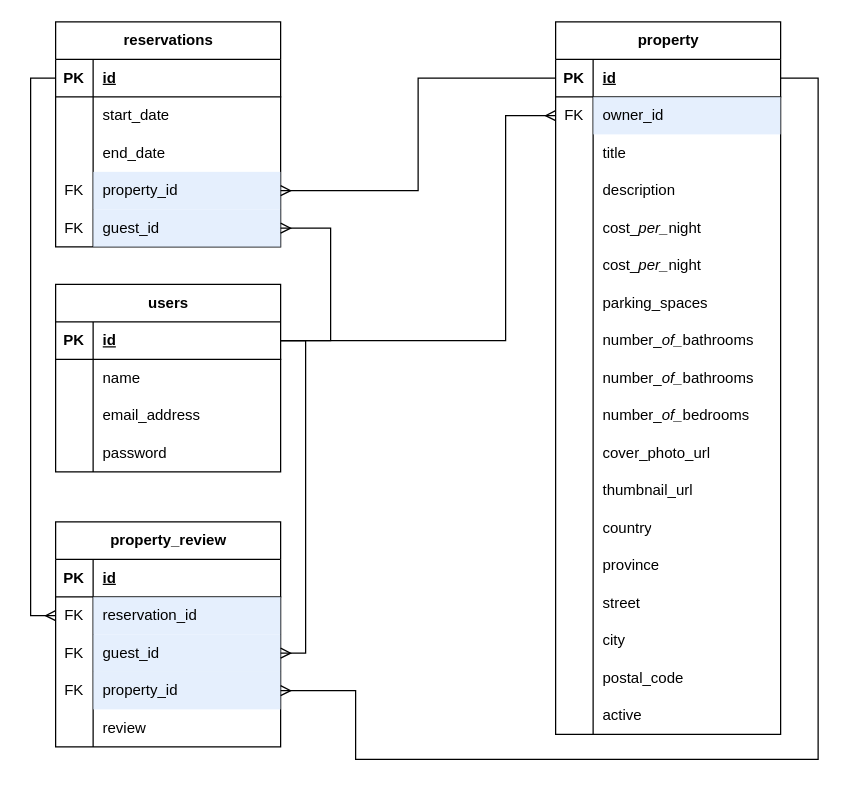
Before: LighthouseBNBERD.drawio in williamkemeny/LighthouseBnB, a draw.io diagram. Source tidied: cells renumbered, new cells numbered last; positions are measured from the earlier drawing's top-left corner, leaving out a move shared by most shapes. Both pictures are drawn from the tidied source at 125%, with x=0, y=0 at pixel (55, 21).
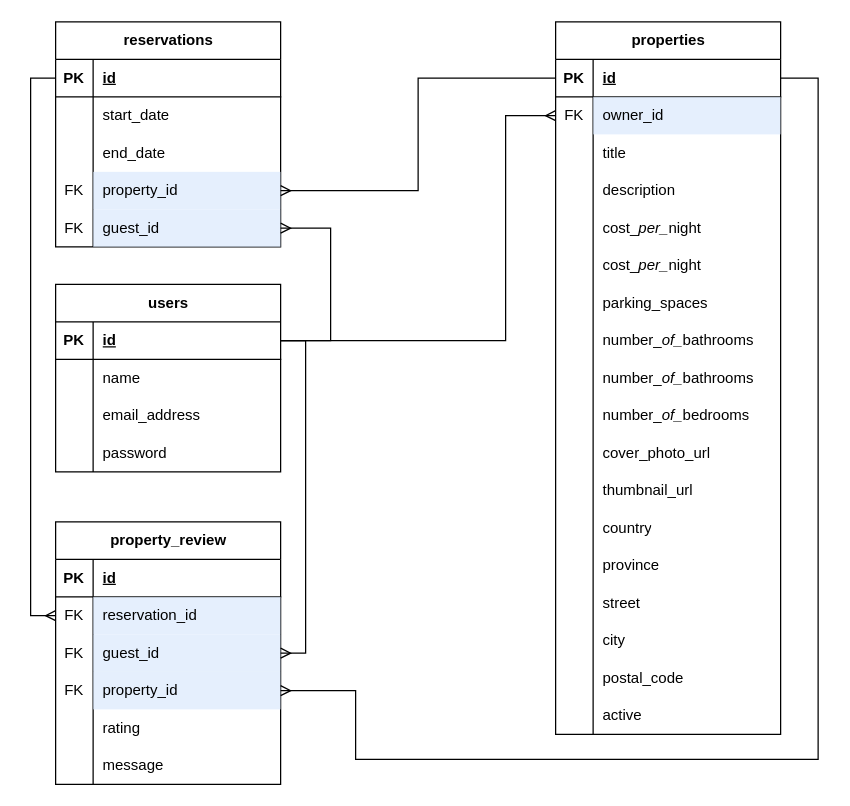
The same page after the edit.

The change refers to these unchanged cells:
```xml
<mxCell id="101" style="shape=tableRow;horizontal=0;startSize=0;swimlaneHead=0;swimlaneBody=0;fillColor=none;top=0;left=0;right=0;bottom=0;" parent="88" vertex="1">
  <mxGeometry y="150" width="180" height="30" as="geometry" />
</mxCell>
```

The edit, as a diff of the source:
```diff
@@
-    <mxCell id="15" value="property" style="shape=table;startSize=30;childLayout=tableLayout;rowLines=0;fontStyle=1;align=center;html=1;" parent="1" vertex="1">
+    <mxCell id="15" value="properties" style="shape=table;startSize=30;childLayout=tableLayout;rowLines=0;fontStyle=1;align=center;html=1;" parent="1" vertex="1">
       <mxGeometry x="400" width="180" height="570" as="geometry" />
     </mxCell>
@@
     <mxCell id="88" value="property_review" style="shape=table;startSize=30;childLayout=tableLayout;rowLines=0;fontStyle=1;align=center;html=1;" parent="1" vertex="1">
-      <mxGeometry y="400" width="180" height="180" as="geometry" />
+      <mxGeometry y="400" width="180" height="210" as="geometry" />
     </mxCell>
@@
-    <mxCell id="103" value="review" style="shape=partialRectangle;fillColor=none;top=0;left=0;bottom=0;right=0;align=left;spacingLeft=6;overflow=hidden;whiteSpace=wrap;html=1;" parent="101" vertex="1">
+    <mxCell id="103" value="rating" style="shape=partialRectangle;fillColor=none;top=0;left=0;bottom=0;right=0;align=left;spacingLeft=6;overflow=hidden;whiteSpace=wrap;html=1;" parent="101" vertex="1">
       <mxGeometry x="30" width="150" height="30" as="geometry" />
     </mxCell>
+    <mxCell id="108" style="shape=tableRow;horizontal=0;startSize=0;swimlaneHead=0;swimlaneBody=0;fillColor=none;top=0;left=0;right=0;bottom=0;" parent="88" vertex="1">
+      <mxGeometry y="180" width="180" height="30" as="geometry" />
+    </mxCell>
+    <mxCell id="109" style="shape=partialRectangle;fillColor=none;top=0;left=0;bottom=0;right=0;fontStyle=0;overflow=hidden;whiteSpace=wrap;html=1;" parent="108" vertex="1">
+      <mxGeometry width="30" height="30" as="geometry" />
+    </mxCell>
+    <mxCell id="110" value="message" style="shape=partialRectangle;fillColor=none;top=0;left=0;bottom=0;right=0;align=left;spacingLeft=6;fontStyle=0;overflow=hidden;whiteSpace=wrap;html=1;" parent="108" vertex="1">
+      <mxGeometry x="30" width="150" height="30" as="geometry" />
+    </mxCell>
```
